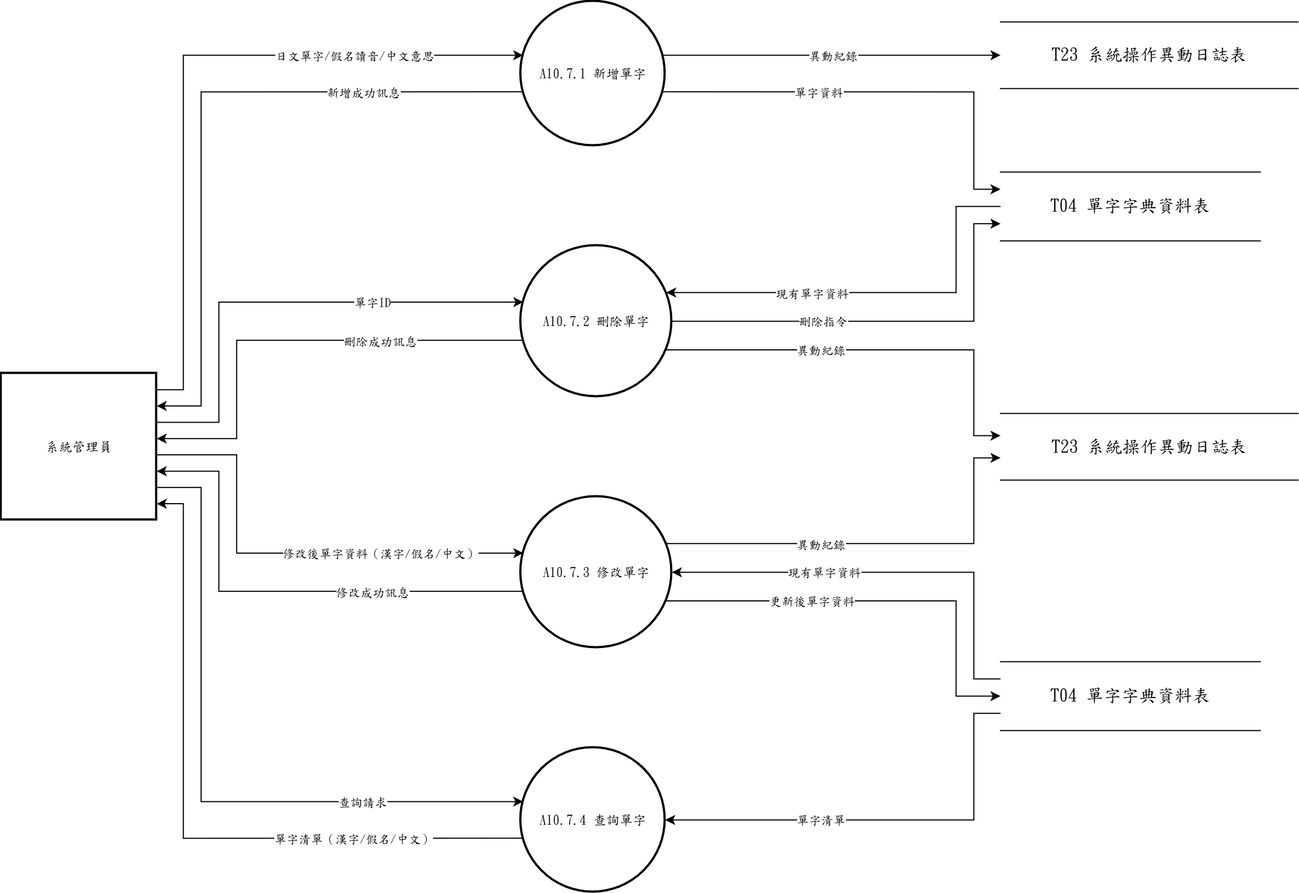
The draw.io diagram 系統文件/第6章/DFD圖/圖10/新/圖10.7.drawio.png in s22452007/115502, before a commit. Source tidied: cells renumbered, new cells last; positions are measured from the earlier drawing's top-left corner, leaving out a move shared by most shapes. Its diagram source:
```xml
<mxGraphModel>
  <root>
    <mxCell id="0" />
    <mxCell id="1" parent="0" />
    <mxCell id="2" value="A10.7.1 新增單字" style="ellipse;strokeWidth=2;whiteSpace=wrap;html=1;fontFamily=標楷體;" parent="1" vertex="1">
      <mxGeometry x="468" width="130" height="130" as="geometry" />
    </mxCell>
    <mxCell id="3" value="A10.7.2 刪除單字" style="ellipse;strokeWidth=2;whiteSpace=wrap;html=1;fontFamily=標楷體;" parent="1" vertex="1">
      <mxGeometry x="468" y="220" width="136" height="136" as="geometry" />
    </mxCell>
    <mxCell id="4" value="A10.7.3 修改單字" style="ellipse;strokeWidth=2;whiteSpace=wrap;html=1;fontFamily=標楷體;" parent="1" vertex="1">
      <mxGeometry x="468" y="446" width="136" height="136" as="geometry" />
    </mxCell>
    <mxCell id="5" value="A10.7.4 查詢單字" style="ellipse;strokeWidth=2;whiteSpace=wrap;html=1;fontFamily=標楷體;" parent="1" vertex="1">
      <mxGeometry x="468" y="672" width="130" height="130" as="geometry" />
    </mxCell>
    <mxCell id="6" value="系統管理員" style="whiteSpace=wrap;strokeWidth=2;html=1;fontFamily=標楷體;" parent="1" vertex="1">
      <mxGeometry y="335" width="140" height="132" as="geometry" />
    </mxCell>
    <mxCell id="7" value="&lt;span lang=&quot;EN-US&quot; style=&quot;font-size: 12pt;&quot;&gt;T23&amp;nbsp;&lt;/span&gt;&lt;span style=&quot;font-size: 12pt;&quot;&gt;系統操作異動日誌表&lt;/span&gt;" style="shape=partialRectangle;whiteSpace=wrap;html=1;left=0;right=0;fontFamily=標楷體;fontSize=16;" parent="1" vertex="1">
      <mxGeometry x="900" y="18.5" width="268" height="60" as="geometry" />
    </mxCell>
    <mxCell id="8" value="&lt;span lang=&quot;EN-US&quot; style=&quot;font-size: 12pt;&quot;&gt;T04&amp;nbsp;&lt;/span&gt;&lt;span style=&quot;font-size: 12pt;&quot;&gt;單字字典資料表&lt;/span&gt;" style="shape=partialRectangle;whiteSpace=wrap;html=1;left=0;right=0;fontFamily=標楷體;fontSize=16;" parent="1" vertex="1">
      <mxGeometry x="900" y="153.7" width="234" height="62" as="geometry" />
    </mxCell>
    <mxCell id="9" value="&lt;span lang=&quot;EN-US&quot; style=&quot;font-size: 12pt;&quot;&gt;T23&amp;nbsp;&lt;/span&gt;&lt;span style=&quot;font-size: 12pt;&quot;&gt;系統操作異動日誌表&lt;/span&gt;" style="shape=partialRectangle;whiteSpace=wrap;html=1;left=0;right=0;fontFamily=標楷體;fontSize=16;" parent="1" vertex="1">
      <mxGeometry x="900" y="371" width="268" height="60" as="geometry" />
    </mxCell>
    <mxCell id="10" value="&lt;span lang=&quot;EN-US&quot; style=&quot;font-size: 12pt;&quot;&gt;T04&amp;nbsp;&lt;/span&gt;&lt;span style=&quot;font-size: 12pt;&quot;&gt;單字字典資料表&lt;/span&gt;" style="shape=partialRectangle;whiteSpace=wrap;html=1;left=0;right=0;fontFamily=標楷體;fontSize=16;" parent="1" vertex="1">
      <mxGeometry x="900" y="594.5" width="234" height="62" as="geometry" />
    </mxCell>
    <mxCell id="11" style="edgeStyle=none;rounded=0;html=1;fontFamily=標楷體;endArrow=classic;exitX=1.0000;exitY=0.1111;exitDx=0;exitDy=0;exitPerimeter=0;entryX=0.0163;entryY=0.3733;entryDx=0;entryDy=0;entryPerimeter=0;" parent="1" edge="1" source="6" target="2">
      <mxGeometry relative="1" as="geometry">
        <Array as="points">
          <mxPoint x="164" y="349.7" />
          <mxPoint x="164" y="48.5" />
        </Array>
      </mxGeometry>
    </mxCell>
    <mxCell id="12" value="日文單字/假名讀音/中文意思" style="edgeLabel;html=1;align=center;verticalAlign=middle;fontFamily=標楷體;" parent="11" vertex="1">
      <mxGeometry x="0.52" relative="1" as="geometry" />
    </mxCell>
    <mxCell id="13" style="edgeStyle=none;rounded=0;html=1;fontFamily=標楷體;endArrow=classic;exitX=0.0163;exitY=0.6267;exitDx=0;exitDy=0;exitPerimeter=0;entryX=1.0000;entryY=0.2222;entryDx=0;entryDy=0;entryPerimeter=0;" parent="1" edge="1" source="2" target="6">
      <mxGeometry relative="1" as="geometry">
        <Array as="points">
          <mxPoint x="180" y="81.5" />
          <mxPoint x="180" y="364.3" />
        </Array>
      </mxGeometry>
    </mxCell>
    <mxCell id="14" value="新增成功訊息" style="edgeLabel;html=1;align=center;verticalAlign=middle;fontFamily=標楷體;" parent="13" vertex="1">
      <mxGeometry x="-0.53" relative="1" as="geometry" />
    </mxCell>
    <mxCell id="15" style="edgeStyle=none;rounded=0;html=1;fontFamily=標楷體;endArrow=classic;exitX=0.9837;exitY=0.6267;exitDx=0;exitDy=0;exitPerimeter=0;entryX=0.0000;entryY=0.2500;entryDx=0;entryDy=0;entryPerimeter=0;" parent="1" edge="1" source="2" target="8">
      <mxGeometry relative="1" as="geometry">
        <Array as="points">
          <mxPoint x="876" y="81.5" />
          <mxPoint x="876" y="169.2" />
        </Array>
      </mxGeometry>
    </mxCell>
    <mxCell id="16" value="單字資料" style="edgeLabel;html=1;align=center;verticalAlign=middle;fontFamily=標楷體;" parent="15" vertex="1">
      <mxGeometry x="-0.28" relative="1" as="geometry" />
    </mxCell>
    <mxCell id="17" style="edgeStyle=none;rounded=0;html=1;fontFamily=標楷體;endArrow=classic;exitX=0.9837;exitY=0.3733;exitDx=0;exitDy=0;exitPerimeter=0;entryX=0.0000;entryY=0.5000;entryDx=0;entryDy=0;entryPerimeter=0;" parent="1" edge="1" source="2" target="7">
      <mxGeometry relative="1" as="geometry" />
    </mxCell>
    <mxCell id="18" value="異動紀錄" style="edgeLabel;html=1;align=center;verticalAlign=middle;fontFamily=標楷體;" parent="17" vertex="1">
      <mxGeometry relative="1" as="geometry" />
    </mxCell>
    <mxCell id="19" style="edgeStyle=none;rounded=0;html=1;fontFamily=標楷體;endArrow=classic;exitX=1.0000;exitY=0.3333;exitDx=0;exitDy=0;exitPerimeter=0;entryX=0.0163;entryY=0.3733;entryDx=0;entryDy=0;entryPerimeter=0;" parent="1" edge="1" source="6" target="3">
      <mxGeometry relative="1" as="geometry">
        <Array as="points">
          <mxPoint x="196" y="379" />
          <mxPoint x="196" y="270.8" />
        </Array>
      </mxGeometry>
    </mxCell>
    <mxCell id="20" value="單字ID" style="edgeLabel;html=1;align=center;verticalAlign=middle;fontFamily=標楷體;" parent="19" vertex="1">
      <mxGeometry x="0.38" relative="1" as="geometry" />
    </mxCell>
    <mxCell id="21" style="edgeStyle=none;rounded=0;html=1;fontFamily=標楷體;endArrow=classic;exitX=0.0000;exitY=0.5000;exitDx=0;exitDy=0;exitPerimeter=0;entryX=0.9625;entryY=0.3100;entryDx=0;entryDy=0;entryPerimeter=0;" parent="1" edge="1" source="8" target="3">
      <mxGeometry relative="1" as="geometry">
        <Array as="points">
          <mxPoint x="860" y="184.7" />
          <mxPoint x="860" y="262.2" />
        </Array>
      </mxGeometry>
    </mxCell>
    <mxCell id="22" value="現有單字資料" style="edgeLabel;html=1;align=center;verticalAlign=middle;fontFamily=標楷體;" parent="21" vertex="1">
      <mxGeometry x="0.31" relative="1" as="geometry" />
    </mxCell>
    <mxCell id="23" style="edgeStyle=none;rounded=0;html=1;fontFamily=標楷體;endArrow=classic;exitX=0.0163;exitY=0.6267;exitDx=0;exitDy=0;exitPerimeter=0;entryX=1.0000;entryY=0.4444;entryDx=0;entryDy=0;entryPerimeter=0;" parent="1" edge="1" source="3" target="6">
      <mxGeometry relative="1" as="geometry">
        <Array as="points">
          <mxPoint x="212" y="305.2" />
          <mxPoint x="212" y="393.7" />
        </Array>
      </mxGeometry>
    </mxCell>
    <mxCell id="24" value="刪除成功訊息" style="edgeLabel;html=1;align=center;verticalAlign=middle;fontFamily=標楷體;" parent="23" vertex="1">
      <mxGeometry x="-0.38" relative="1" as="geometry" />
    </mxCell>
    <mxCell id="25" style="edgeStyle=none;rounded=0;html=1;fontFamily=標楷體;endArrow=classic;exitX=1.0000;exitY=0.5000;exitDx=0;exitDy=0;exitPerimeter=0;entryX=0.0000;entryY=0.7500;entryDx=0;entryDy=0;entryPerimeter=0;" parent="1" edge="1" source="3" target="8">
      <mxGeometry relative="1" as="geometry">
        <Array as="points">
          <mxPoint x="876" y="288" />
          <mxPoint x="876" y="200.2" />
        </Array>
      </mxGeometry>
    </mxCell>
    <mxCell id="26" value="刪除指令" style="edgeLabel;html=1;align=center;verticalAlign=middle;fontFamily=標楷體;" parent="25" vertex="1">
      <mxGeometry x="-0.29" relative="1" as="geometry" />
    </mxCell>
    <mxCell id="27" style="edgeStyle=none;rounded=0;html=1;fontFamily=標楷體;endArrow=classic;exitX=0.9625;exitY=0.6900;exitDx=0;exitDy=0;exitPerimeter=0;entryX=0.0000;entryY=0.3333;entryDx=0;entryDy=0;entryPerimeter=0;" parent="1" edge="1" source="3" target="9">
      <mxGeometry relative="1" as="geometry">
        <Array as="points">
          <mxPoint x="876" y="313.8" />
          <mxPoint x="876" y="391" />
        </Array>
      </mxGeometry>
    </mxCell>
    <mxCell id="28" value="異動紀錄" style="edgeLabel;html=1;align=center;verticalAlign=middle;fontFamily=標楷體;" parent="27" vertex="1">
      <mxGeometry x="-0.27" relative="1" as="geometry" />
    </mxCell>
    <mxCell id="29" style="edgeStyle=none;rounded=0;html=1;fontFamily=標楷體;endArrow=classic;exitX=1.0000;exitY=0.5556;exitDx=0;exitDy=0;exitPerimeter=0;entryX=0.0163;entryY=0.3733;entryDx=0;entryDy=0;entryPerimeter=0;" parent="1" edge="1" source="6" target="4">
      <mxGeometry relative="1" as="geometry">
        <Array as="points">
          <mxPoint x="212" y="408.3" />
          <mxPoint x="212" y="496.8" />
        </Array>
      </mxGeometry>
    </mxCell>
    <mxCell id="30" value="修改後單字資料（漢字/假名/中文）" style="edgeLabel;html=1;align=center;verticalAlign=middle;fontFamily=標楷體;" parent="29" vertex="1">
      <mxGeometry x="0.38" relative="1" as="geometry" />
    </mxCell>
    <mxCell id="31" style="edgeStyle=none;rounded=0;html=1;fontFamily=標楷體;endArrow=classic;exitX=0.0000;exitY=0.2500;exitDx=0;exitDy=0;exitPerimeter=0;entryX=1.0000;entryY=0.5000;entryDx=0;entryDy=0;entryPerimeter=0;" parent="1" edge="1" source="10" target="4">
      <mxGeometry relative="1" as="geometry">
        <Array as="points">
          <mxPoint x="876" y="610" />
          <mxPoint x="876" y="514" />
        </Array>
      </mxGeometry>
    </mxCell>
    <mxCell id="32" value="現有單字資料" style="edgeLabel;html=1;align=center;verticalAlign=middle;fontFamily=標楷體;" parent="31" vertex="1">
      <mxGeometry x="0.31" relative="1" as="geometry" />
    </mxCell>
    <mxCell id="33" style="edgeStyle=none;rounded=0;html=1;fontFamily=標楷體;endArrow=classic;exitX=0.0163;exitY=0.6267;exitDx=0;exitDy=0;exitPerimeter=0;entryX=1.0000;entryY=0.6667;entryDx=0;entryDy=0;entryPerimeter=0;" parent="1" edge="1" source="4" target="6">
      <mxGeometry relative="1" as="geometry">
        <Array as="points">
          <mxPoint x="196" y="531.2" />
          <mxPoint x="196" y="423" />
        </Array>
      </mxGeometry>
    </mxCell>
    <mxCell id="34" value="修改成功訊息" style="edgeLabel;html=1;align=center;verticalAlign=middle;fontFamily=標楷體;" parent="33" vertex="1">
      <mxGeometry x="-0.38" relative="1" as="geometry" />
    </mxCell>
    <mxCell id="35" style="edgeStyle=none;rounded=0;html=1;fontFamily=標楷體;endArrow=classic;exitX=0.9625;exitY=0.6900;exitDx=0;exitDy=0;exitPerimeter=0;entryX=0.0000;entryY=0.5000;entryDx=0;entryDy=0;entryPerimeter=0;" parent="1" edge="1" source="4" target="10">
      <mxGeometry relative="1" as="geometry">
        <Array as="points">
          <mxPoint x="860" y="539.8" />
          <mxPoint x="860" y="625.5" />
        </Array>
      </mxGeometry>
    </mxCell>
    <mxCell id="36" value="更新後單字資料" style="edgeLabel;html=1;align=center;verticalAlign=middle;fontFamily=標楷體;" parent="35" vertex="1">
      <mxGeometry x="-0.33" relative="1" as="geometry" />
    </mxCell>
    <mxCell id="37" style="edgeStyle=none;rounded=0;html=1;fontFamily=標楷體;endArrow=classic;exitX=0.9625;exitY=0.3100;exitDx=0;exitDy=0;exitPerimeter=0;entryX=0.0000;entryY=0.6667;entryDx=0;entryDy=0;entryPerimeter=0;" parent="1" edge="1" source="4" target="9">
      <mxGeometry relative="1" as="geometry">
        <Array as="points">
          <mxPoint x="876" y="488.2" />
          <mxPoint x="876" y="411" />
        </Array>
      </mxGeometry>
    </mxCell>
    <mxCell id="38" value="異動紀錄" style="edgeLabel;html=1;align=center;verticalAlign=middle;fontFamily=標楷體;" parent="37" vertex="1">
      <mxGeometry x="-0.27" relative="1" as="geometry" />
    </mxCell>
    <mxCell id="39" style="edgeStyle=none;rounded=0;html=1;fontFamily=標楷體;endArrow=classic;exitX=1.0000;exitY=0.7778;exitDx=0;exitDy=0;exitPerimeter=0;entryX=0.0163;entryY=0.3733;entryDx=0;entryDy=0;entryPerimeter=0;" parent="1" edge="1" source="6" target="5">
      <mxGeometry relative="1" as="geometry">
        <Array as="points">
          <mxPoint x="180" y="437.7" />
          <mxPoint x="180" y="720.5" />
        </Array>
      </mxGeometry>
    </mxCell>
    <mxCell id="40" value="查詢請求" style="edgeLabel;html=1;align=center;verticalAlign=middle;fontFamily=標楷體;" parent="39" vertex="1">
      <mxGeometry x="0.53" relative="1" as="geometry" />
    </mxCell>
    <mxCell id="41" style="edgeStyle=none;rounded=0;html=1;fontFamily=標楷體;endArrow=classic;exitX=0.0000;exitY=0.7500;exitDx=0;exitDy=0;exitPerimeter=0;entryX=1.0000;entryY=0.5000;entryDx=0;entryDy=0;entryPerimeter=0;" parent="1" edge="1" source="10" target="5">
      <mxGeometry relative="1" as="geometry">
        <Array as="points">
          <mxPoint x="876" y="641" />
          <mxPoint x="876" y="737" />
        </Array>
      </mxGeometry>
    </mxCell>
    <mxCell id="42" value="單字清單" style="edgeLabel;html=1;align=center;verticalAlign=middle;fontFamily=標楷體;" parent="41" vertex="1">
      <mxGeometry x="0.3" relative="1" as="geometry" />
    </mxCell>
    <mxCell id="43" style="edgeStyle=none;rounded=0;html=1;fontFamily=標楷體;endArrow=classic;exitX=0.0163;exitY=0.6267;exitDx=0;exitDy=0;exitPerimeter=0;entryX=1.0000;entryY=0.8889;entryDx=0;entryDy=0;entryPerimeter=0;" parent="1" edge="1" source="5" target="6">
      <mxGeometry relative="1" as="geometry">
        <Array as="points">
          <mxPoint x="164" y="753.5" />
          <mxPoint x="164" y="452.3" />
        </Array>
      </mxGeometry>
    </mxCell>
    <mxCell id="44" value="單字清單（漢字/假名/中文）" style="edgeLabel;html=1;align=center;verticalAlign=middle;fontFamily=標楷體;" parent="43" vertex="1">
      <mxGeometry x="-0.52" relative="1" as="geometry" />
    </mxCell>
  </root>
</mxGraphModel>
```
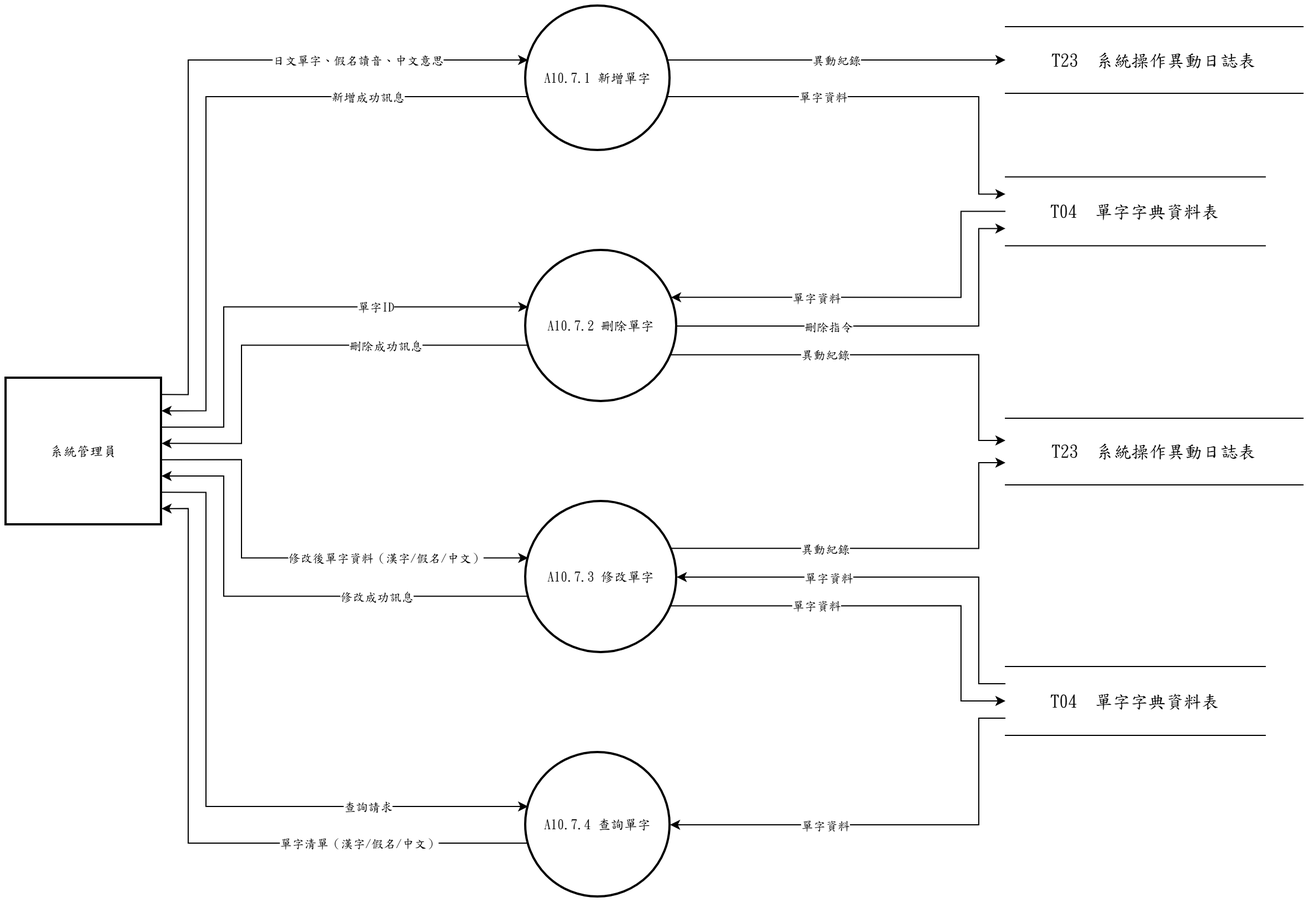
After the change.

Diff of the diagram source:
```diff
@@ -17,16 +17,16 @@
     <mxCell id="6" value="系統管理員" style="whiteSpace=wrap;strokeWidth=2;html=1;fontFamily=標楷體;" parent="1" vertex="1">
       <mxGeometry y="335" width="140" height="132" as="geometry" />
     </mxCell>
-    <mxCell id="7" value="&lt;span lang=&quot;EN-US&quot; style=&quot;font-size: 12pt;&quot;&gt;T23&amp;nbsp;&lt;/span&gt;&lt;span style=&quot;font-size: 12pt;&quot;&gt;系統操作異動日誌表&lt;/span&gt;" style="shape=partialRectangle;whiteSpace=wrap;html=1;left=0;right=0;fontFamily=標楷體;fontSize=16;" parent="1" vertex="1">
+    <mxCell id="7" value="T23  系統操作異動日誌表" style="shape=partialRectangle;whiteSpace=wrap;html=1;left=0;right=0;fontFamily=標楷體;fontSize=16;" parent="1" vertex="1">
       <mxGeometry x="900" y="18.5" width="268" height="60" as="geometry" />
     </mxCell>
-    <mxCell id="8" value="&lt;span lang=&quot;EN-US&quot; style=&quot;font-size: 12pt;&quot;&gt;T04&amp;nbsp;&lt;/span&gt;&lt;span style=&quot;font-size: 12pt;&quot;&gt;單字字典資料表&lt;/span&gt;" style="shape=partialRectangle;whiteSpace=wrap;html=1;left=0;right=0;fontFamily=標楷體;fontSize=16;" parent="1" vertex="1">
+    <mxCell id="8" value="T04  單字字典資料表" style="shape=partialRectangle;whiteSpace=wrap;html=1;left=0;right=0;fontFamily=標楷體;fontSize=16;" parent="1" vertex="1">
       <mxGeometry x="900" y="153.7" width="234" height="62" as="geometry" />
     </mxCell>
-    <mxCell id="9" value="&lt;span lang=&quot;EN-US&quot; style=&quot;font-size: 12pt;&quot;&gt;T23&amp;nbsp;&lt;/span&gt;&lt;span style=&quot;font-size: 12pt;&quot;&gt;系統操作異動日誌表&lt;/span&gt;" style="shape=partialRectangle;whiteSpace=wrap;html=1;left=0;right=0;fontFamily=標楷體;fontSize=16;" parent="1" vertex="1">
+    <mxCell id="9" value="T23  系統操作異動日誌表" style="shape=partialRectangle;whiteSpace=wrap;html=1;left=0;right=0;fontFamily=標楷體;fontSize=16;" parent="1" vertex="1">
       <mxGeometry x="900" y="371" width="268" height="60" as="geometry" />
     </mxCell>
-    <mxCell id="10" value="&lt;span lang=&quot;EN-US&quot; style=&quot;font-size: 12pt;&quot;&gt;T04&amp;nbsp;&lt;/span&gt;&lt;span style=&quot;font-size: 12pt;&quot;&gt;單字字典資料表&lt;/span&gt;" style="shape=partialRectangle;whiteSpace=wrap;html=1;left=0;right=0;fontFamily=標楷體;fontSize=16;" parent="1" vertex="1">
+    <mxCell id="10" value="T04  單字字典資料表" style="shape=partialRectangle;whiteSpace=wrap;html=1;left=0;right=0;fontFamily=標楷體;fontSize=16;" parent="1" vertex="1">
       <mxGeometry x="900" y="594.5" width="234" height="62" as="geometry" />
     </mxCell>
     <mxCell id="11" style="edgeStyle=none;rounded=0;html=1;fontFamily=標楷體;endArrow=classic;exitX=1.0000;exitY=0.1111;exitDx=0;exitDy=0;exitPerimeter=0;entryX=0.0163;entryY=0.3733;entryDx=0;entryDy=0;entryPerimeter=0;" parent="1" edge="1" source="6" target="2">
@@ -37,7 +37,7 @@
         </Array>
       </mxGeometry>
     </mxCell>
-    <mxCell id="12" value="日文單字/假名讀音/中文意思" style="edgeLabel;html=1;align=center;verticalAlign=middle;fontFamily=標楷體;" parent="11" vertex="1">
+    <mxCell id="12" value="日文單字、假名讀音、中文意思" style="edgeLabel;html=1;align=center;verticalAlign=middle;fontFamily=標楷體;" parent="11" vertex="1">
       <mxGeometry x="0.52" relative="1" as="geometry" />
     </mxCell>
     <mxCell id="13" style="edgeStyle=none;rounded=0;html=1;fontFamily=標楷體;endArrow=classic;exitX=0.0163;exitY=0.6267;exitDx=0;exitDy=0;exitPerimeter=0;entryX=1.0000;entryY=0.2222;entryDx=0;entryDy=0;entryPerimeter=0;" parent="1" edge="1" source="2" target="6">
@@ -87,7 +87,7 @@
         </Array>
       </mxGeometry>
     </mxCell>
-    <mxCell id="22" value="現有單字資料" style="edgeLabel;html=1;align=center;verticalAlign=middle;fontFamily=標楷體;" parent="21" vertex="1">
+    <mxCell id="22" value="單字資料" style="edgeLabel;html=1;align=center;verticalAlign=middle;fontFamily=標楷體;" parent="21" vertex="1">
       <mxGeometry x="0.31" relative="1" as="geometry" />
     </mxCell>
     <mxCell id="23" style="edgeStyle=none;rounded=0;html=1;fontFamily=標楷體;endArrow=classic;exitX=0.0163;exitY=0.6267;exitDx=0;exitDy=0;exitPerimeter=0;entryX=1.0000;entryY=0.4444;entryDx=0;entryDy=0;entryPerimeter=0;" parent="1" edge="1" source="3" target="6">
@@ -142,7 +142,7 @@
         </Array>
       </mxGeometry>
     </mxCell>
-    <mxCell id="32" value="現有單字資料" style="edgeLabel;html=1;align=center;verticalAlign=middle;fontFamily=標楷體;" parent="31" vertex="1">
+    <mxCell id="32" value="單字資料" style="edgeLabel;html=1;align=center;verticalAlign=middle;fontFamily=標楷體;" parent="31" vertex="1">
       <mxGeometry x="0.31" relative="1" as="geometry" />
     </mxCell>
     <mxCell id="33" style="edgeStyle=none;rounded=0;html=1;fontFamily=標楷體;endArrow=classic;exitX=0.0163;exitY=0.6267;exitDx=0;exitDy=0;exitPerimeter=0;entryX=1.0000;entryY=0.6667;entryDx=0;entryDy=0;entryPerimeter=0;" parent="1" edge="1" source="4" target="6">
@@ -164,7 +164,7 @@
         </Array>
       </mxGeometry>
     </mxCell>
-    <mxCell id="36" value="更新後單字資料" style="edgeLabel;html=1;align=center;verticalAlign=middle;fontFamily=標楷體;" parent="35" vertex="1">
+    <mxCell id="36" value="單字資料" style="edgeLabel;html=1;align=center;verticalAlign=middle;fontFamily=標楷體;" parent="35" vertex="1">
       <mxGeometry x="-0.33" relative="1" as="geometry" />
     </mxCell>
     <mxCell id="37" style="edgeStyle=none;rounded=0;html=1;fontFamily=標楷體;endArrow=classic;exitX=0.9625;exitY=0.3100;exitDx=0;exitDy=0;exitPerimeter=0;entryX=0.0000;entryY=0.6667;entryDx=0;entryDy=0;entryPerimeter=0;" parent="1" edge="1" source="4" target="9">
@@ -197,7 +197,7 @@
         </Array>
       </mxGeometry>
     </mxCell>
-    <mxCell id="42" value="單字清單" style="edgeLabel;html=1;align=center;verticalAlign=middle;fontFamily=標楷體;" parent="41" vertex="1">
+    <mxCell id="42" value="單字資料" style="edgeLabel;html=1;align=center;verticalAlign=middle;fontFamily=標楷體;" parent="41" vertex="1">
       <mxGeometry x="0.3" relative="1" as="geometry" />
     </mxCell>
     <mxCell id="43" style="edgeStyle=none;rounded=0;html=1;fontFamily=標楷體;endArrow=classic;exitX=0.0163;exitY=0.6267;exitDx=0;exitDy=0;exitPerimeter=0;entryX=1.0000;entryY=0.8889;entryDx=0;entryDy=0;entryPerimeter=0;" parent="1" edge="1" source="5" target="6">
```
